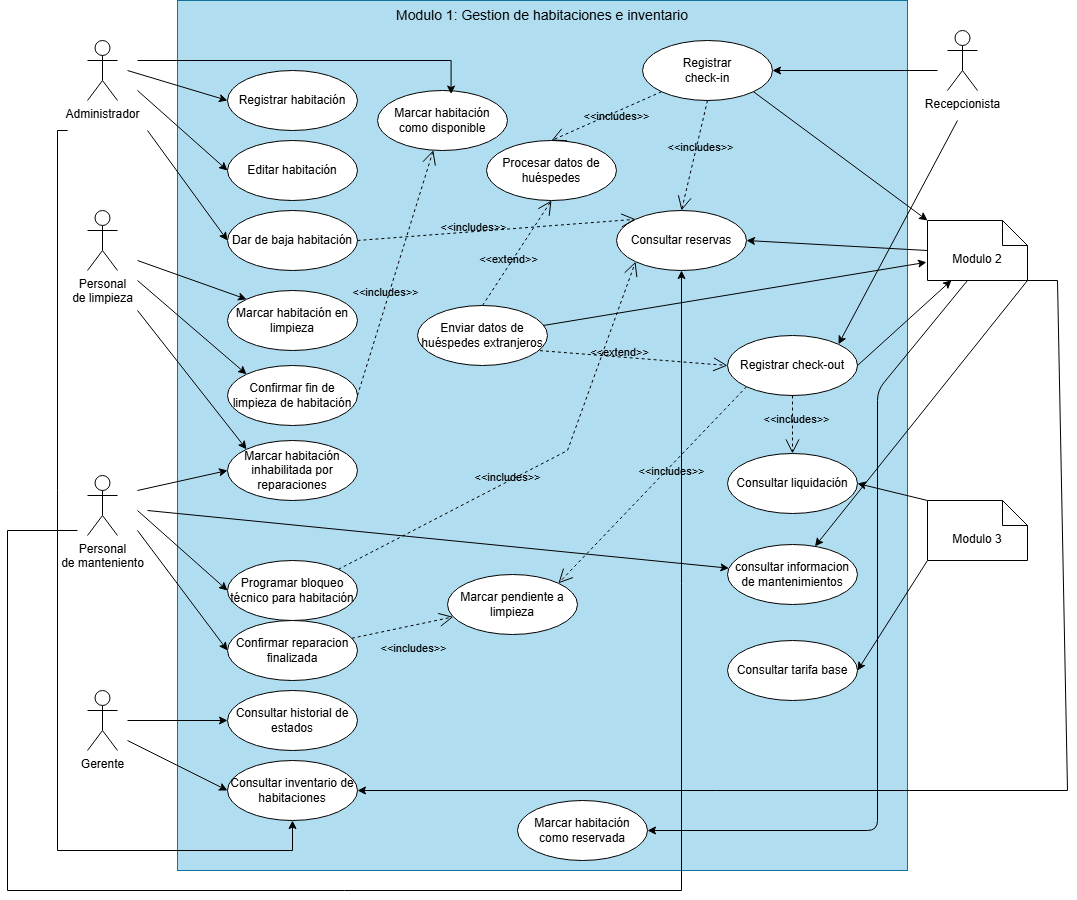
MirianMarriaga/hospitua-module-1 keeps this draw.io diagram as documentos/diagramas/cdu-modulo-1.png. Above is the earlier version. Source tidied: cells renumbered, new cells last; positions are measured from the earlier drawing's top-left corner, leaving out a move shared by most shapes.
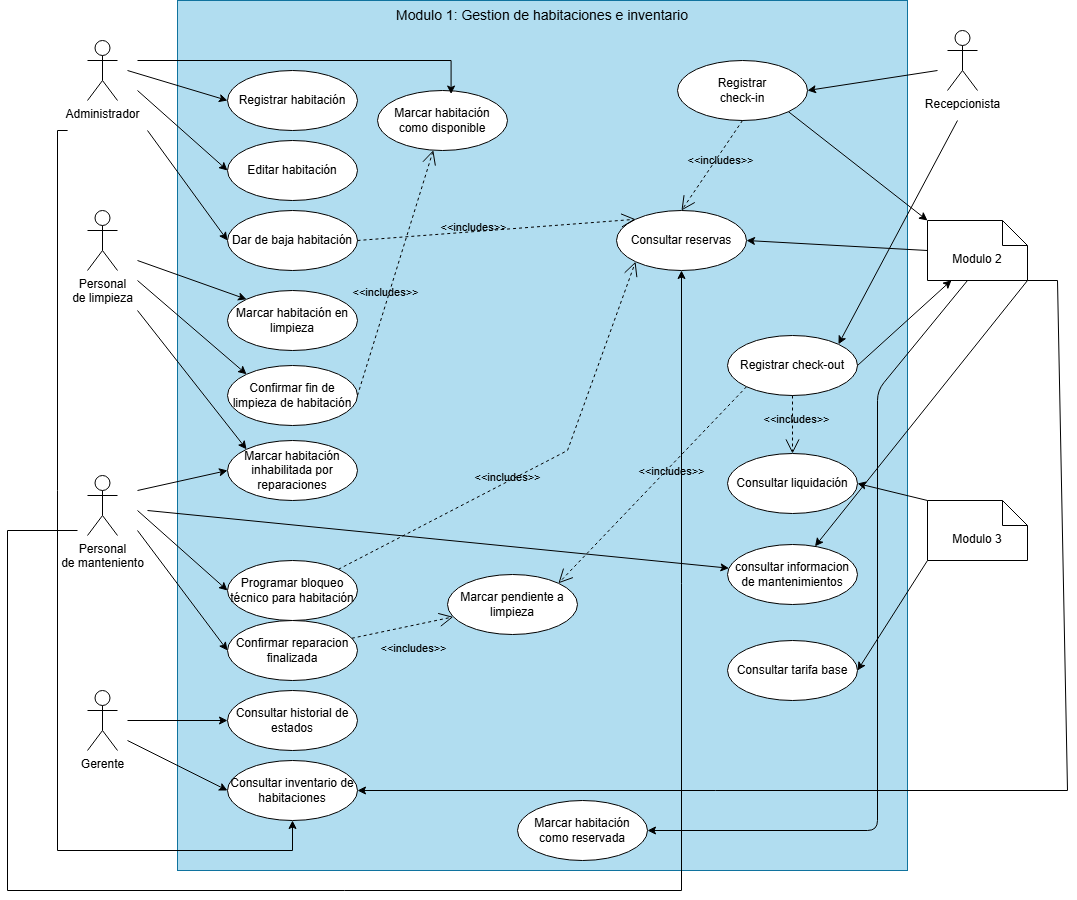
Later version of the same file.

Change to the diagram source:
```diff
@@ -97,7 +97,7 @@
       </mxGeometry>
     </mxCell>
     <mxCell id="28" value="Registrar&lt;div&gt;check-in&lt;/div&gt;" style="ellipse;whiteSpace=wrap;html=1;labelBackgroundColor=none;" parent="1" vertex="1">
-      <mxGeometry x="635" y="40" width="130" height="60" as="geometry" />
+      <mxGeometry x="670" y="60" width="130" height="60" as="geometry" />
     </mxCell>
     <mxCell id="29" value="Registrar check-out" style="ellipse;whiteSpace=wrap;html=1;labelBackgroundColor=none;" parent="1" vertex="1">
       <mxGeometry x="720" y="335" width="130" height="60" as="geometry" />
@@ -172,12 +172,6 @@
     <mxCell id="46" value="Consultar reservas" style="ellipse;whiteSpace=wrap;html=1;labelBackgroundColor=none;" parent="1" vertex="1">
       <mxGeometry x="609" y="210" width="130" height="60" as="geometry" />
     </mxCell>
-    <mxCell id="47" value="Enviar datos de huéspedes extranjeros" style="ellipse;whiteSpace=wrap;html=1;labelBackgroundColor=none;" parent="1" vertex="1">
-      <mxGeometry x="410" y="305" width="130" height="60" as="geometry" />
-    </mxCell>
-    <mxCell id="48" value="&amp;lt;&amp;lt;extend&amp;gt;&amp;gt;" style="endArrow=open;endSize=12;dashed=1;html=1;rounded=0;exitX=0.5;exitY=0;exitDx=0;exitDy=0;entryX=0.5;entryY=1;entryDx=0;entryDy=0;labelBackgroundColor=none;fontColor=default;" parent="1" edge="1" source="47" target="54">
-      <mxGeometry x="-0.16" y="4" relative="1" as="geometry" />
-    </mxCell>
     <mxCell id="49" value="&amp;lt;&amp;lt;includes&amp;gt;&amp;gt;" style="endArrow=open;endSize=12;dashed=1;html=1;rounded=0;exitX=0.5;exitY=1;exitDx=0;exitDy=0;entryX=0.5;entryY=0;entryDx=0;entryDy=0;labelBackgroundColor=none;fontColor=default;" parent="1" edge="1" source="28" target="46">
       <mxGeometry x="-0.16" y="4" relative="1" as="geometry" />
     </mxCell>
@@ -187,18 +181,9 @@
     <mxCell id="51" style="endArrow=classic;html=1;rounded=0;endFill=1;entryX=1;entryY=0.5;entryDx=0;entryDy=0;exitX=0;exitY=0;exitDx=0;exitDy=0;exitPerimeter=0;labelBackgroundColor=none;fontColor=default;" parent="1" edge="1" source="8" target="67">
       <mxGeometry relative="1" as="geometry" />
     </mxCell>
-    <mxCell id="52" style="endArrow=classic;html=1;rounded=0;endFill=1;entryX=-0.01;entryY=0.696;entryDx=0;entryDy=0;entryPerimeter=0;labelBackgroundColor=none;fontColor=default;" parent="1" edge="1" source="47" target="7">
-      <mxGeometry relative="1" as="geometry" />
-    </mxCell>
     <mxCell id="53" style="endArrow=classic;html=1;rounded=0;endFill=1;entryX=1;entryY=0.5;entryDx=0;entryDy=0;exitX=0;exitY=0.5;exitDx=0;exitDy=0;exitPerimeter=0;labelBackgroundColor=none;fontColor=default;" parent="1" edge="1" source="7" target="46">
       <mxGeometry relative="1" as="geometry" />
     </mxCell>
-    <mxCell id="54" value="Procesar datos de huéspedes" style="ellipse;whiteSpace=wrap;html=1;labelBackgroundColor=none;" parent="1" vertex="1">
-      <mxGeometry x="479" y="140" width="130" height="60" as="geometry" />
-    </mxCell>
-    <mxCell id="55" value="&amp;lt;&amp;lt;includes&amp;gt;&amp;gt;" style="endArrow=open;endSize=12;dashed=1;html=1;rounded=0;exitX=0;exitY=1;exitDx=0;exitDy=0;entryX=0.5;entryY=0;entryDx=0;entryDy=0;labelBackgroundColor=none;fontColor=default;" parent="1" edge="1" source="28" target="54">
-      <mxGeometry x="-0.16" y="4" relative="1" as="geometry" />
-    </mxCell>
     <mxCell id="56" style="endArrow=classic;html=1;rounded=0;endFill=1;entryX=0;entryY=0;entryDx=0;entryDy=0;exitX=1;exitY=1;exitDx=0;exitDy=0;entryPerimeter=0;labelBackgroundColor=none;fontColor=default;" parent="1" edge="1" source="28" target="7">
       <mxGeometry relative="1" as="geometry" />
     </mxCell>
@@ -240,9 +225,6 @@
     <mxCell id="64" style="endArrow=classic;html=1;rounded=0;endFill=1;exitX=1;exitY=1;exitDx=0;exitDy=0;exitPerimeter=0;labelBackgroundColor=none;fontColor=default;" parent="1" edge="1" source="7" target="63">
       <mxGeometry relative="1" as="geometry" />
     </mxCell>
-    <mxCell id="65" value="&amp;lt;&amp;lt;extend&amp;gt;&amp;gt;" style="endArrow=open;endSize=12;dashed=1;html=1;rounded=0;labelBackgroundColor=none;fontColor=default;exitX=0.942;exitY=0.752;exitDx=0;exitDy=0;entryX=0;entryY=0.5;entryDx=0;entryDy=0;exitPerimeter=0;" parent="1" edge="1" source="47" target="29">
-      <mxGeometry x="-0.16" y="4" relative="1" as="geometry" />
-    </mxCell>
     <mxCell id="66" style="endArrow=classic;html=1;rounded=0;endFill=1;edgeStyle=orthogonalEdgeStyle;labelBackgroundColor=none;fontColor=default;" parent="1" edge="1" target="46">
       <mxGeometry relative="1" as="geometry">
         <mxPoint x="70" y="530" as="sourcePoint" />
```
